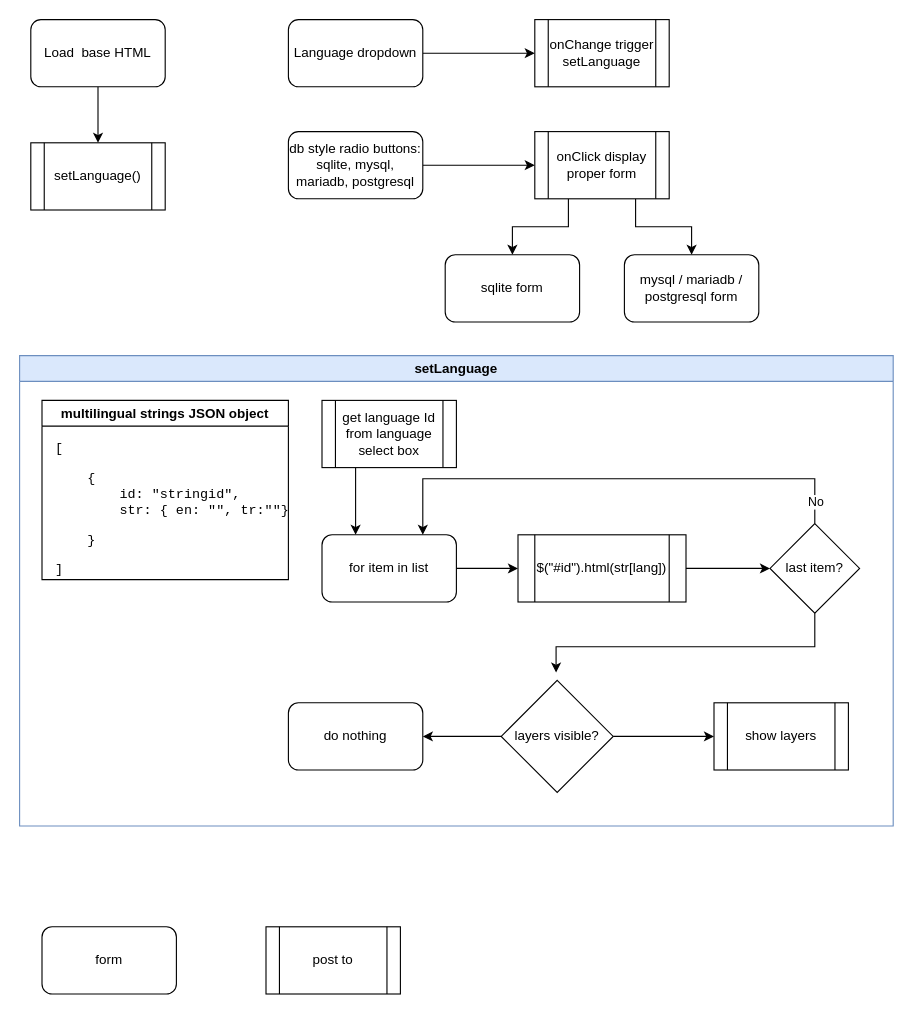
JS-Produksiyon/moc-character-db keeps this draw.io diagram as page "Setup page HTML / JS" (10 of 10) of moc-char-db-infrastructure.drawio. Above is the earlier version. Source tidied: cells renumbered, new cells numbered last; positions are measured from the earlier drawing's top-left corner, leaving out a move shared by most shapes. Both pictures are drawn from the tidied source at 112%, with x=0, y=0 at pixel (19, 19).
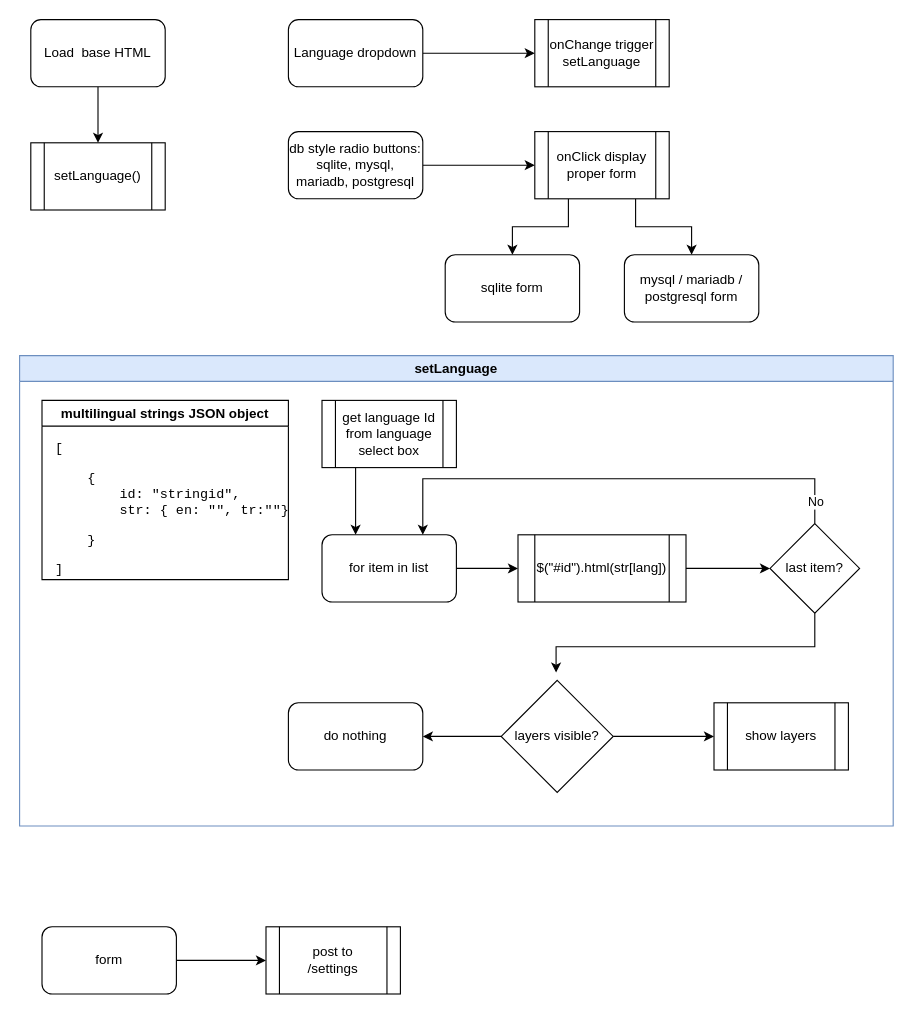
After the change.

Unchanged cells that the change refers to:
```xml
<mxCell id="33" value="form" style="rounded=1;whiteSpace=wrap;html=1;" parent="1" vertex="1">
  <mxGeometry x="20" y="810" width="120" height="60" as="geometry" />
</mxCell>
```

Change to the diagram source:
```diff
@@
+    <mxCell id="35" style="edgeStyle=orthogonalEdgeStyle;rounded=0;jettySize=auto;html=1;exitX=1;exitY=0.5;exitDx=0;exitDy=0;entryX=0;entryY=0.5;entryDx=0;entryDy=0;" parent="1" edge="1" source="33" target="34">
+      <mxGeometry relative="1" as="geometry" />
+    </mxCell>
@@
-    <mxCell id="34" value="post to" style="shape=process;whiteSpace=wrap;html=1;backgroundOutline=1;" parent="1" vertex="1">
+    <mxCell id="34" value="post to &lt;br&gt;/settings" style="shape=process;whiteSpace=wrap;html=1;backgroundOutline=1;" parent="1" vertex="1">
       <mxGeometry x="220" y="810" width="120" height="60" as="geometry" />
     </mxCell>
```
